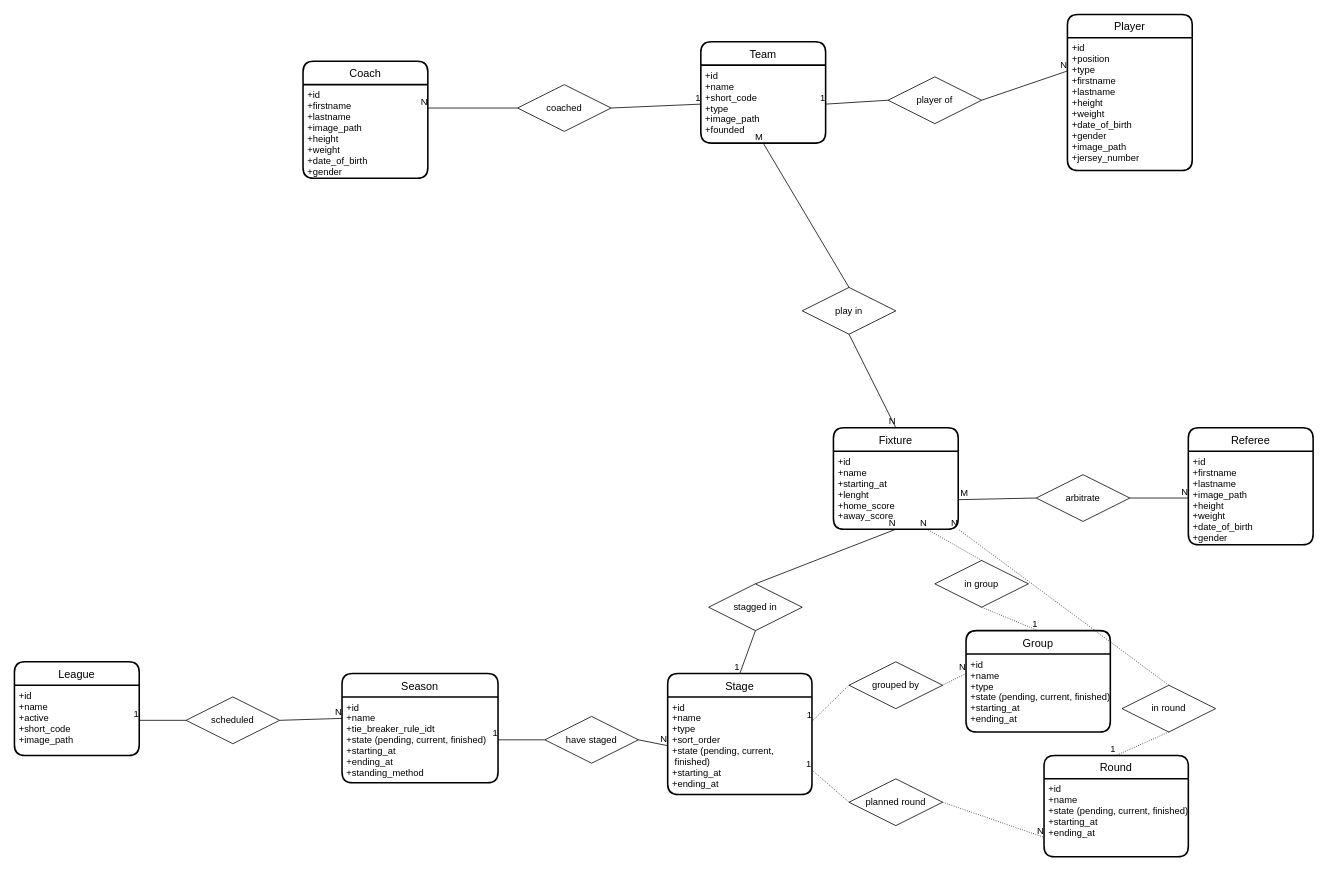
Before: database-schema.drawio in Mattherix/moirasport, a draw.io diagram. Source tidied: cells renumbered, new cells numbered last; positions are measured from the earlier drawing's top-left corner, leaving out a move shared by most shapes. Both pictures are drawn from the tidied source at 78%, with x=0, y=0 at pixel (14, 14).
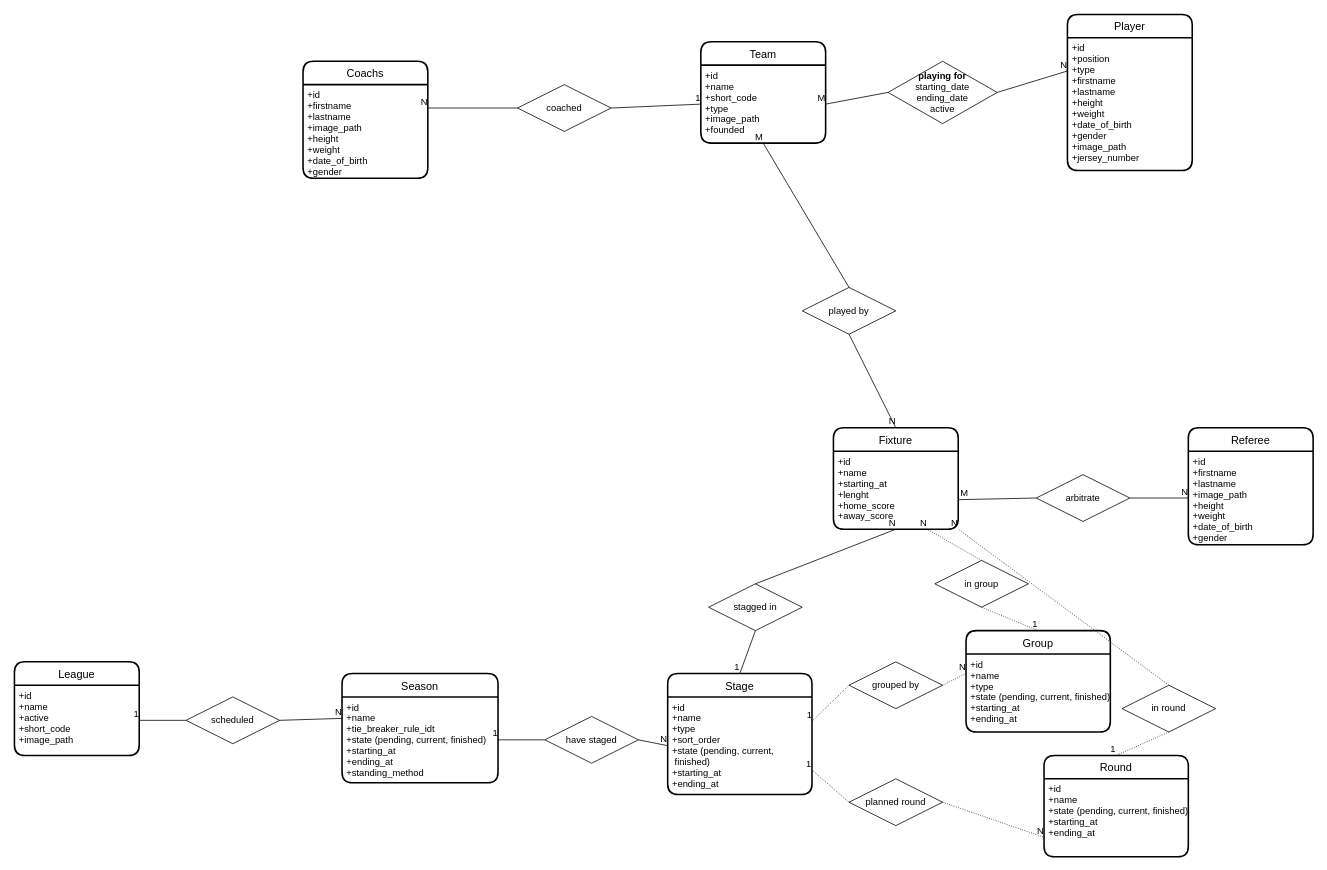
The same page after the edit.

The change refers to these unchanged cells:
```xml
<mxCell id="66" style="endArrow=none;html=1;rounded=0;exitX=0;exitY=0.5;exitDx=0;exitDy=0;entryX=1;entryY=0.5;entryDx=0;entryDy=0;" parent="1" edge="1" source="57" target="50">
  <mxGeometry relative="1" as="geometry" />
</mxCell>
```

The edit, as a diff of the source:
```diff
@@
-    <mxCell id="53" value="Coach" style="swimlane;horizontal=1;startSize=30;rounded=1;fontSize=14;fontStyle=0;strokeWidth=2;shadow=0;dashed=0;align=center;" parent="1" vertex="1">
+    <mxCell id="53" value="Coachs" style="swimlane;horizontal=1;startSize=30;rounded=1;fontSize=14;fontStyle=0;strokeWidth=2;shadow=0;dashed=0;align=center;" parent="1" vertex="1">
       <mxGeometry x="370" y="60" width="160" height="150" as="geometry" />
     </mxCell>
@@
-    <mxCell id="57" value="player of" style="shape=rhombus;perimeter=rhombusPerimeter;whiteSpace=wrap;html=1;align=center;" parent="1" vertex="1">
-      <mxGeometry x="1120" y="80" width="120" height="60" as="geometry" />
+    <mxCell id="57" value="&lt;b&gt;playing for&lt;br&gt;&lt;/b&gt;starting_date&lt;br&gt;ending_date&lt;br&gt;active" style="shape=rhombus;perimeter=rhombusPerimeter;whiteSpace=wrap;html=1;align=center;" parent="1" vertex="1">
+      <mxGeometry x="1120" y="60" width="140" height="80" as="geometry" />
     </mxCell>
@@
-    <mxCell id="67" value="1" style="html=1;align=right;verticalAlign=bottom;" parent="66" vertex="1">
+    <mxCell id="67" value="M" style="html=1;align=right;verticalAlign=bottom;" parent="66" vertex="1">
       <mxGeometry x="1" relative="1" as="geometry" />
     </mxCell>
-    <mxCell id="68" value="play in" style="shape=rhombus;perimeter=rhombusPerimeter;whiteSpace=wrap;html=1;align=center;" parent="1" vertex="1">
+    <mxCell id="68" value="played by" style="shape=rhombus;perimeter=rhombusPerimeter;whiteSpace=wrap;html=1;align=center;" parent="1" vertex="1">
       <mxGeometry x="1010" y="350" width="120" height="60" as="geometry" />
     </mxCell>
```
